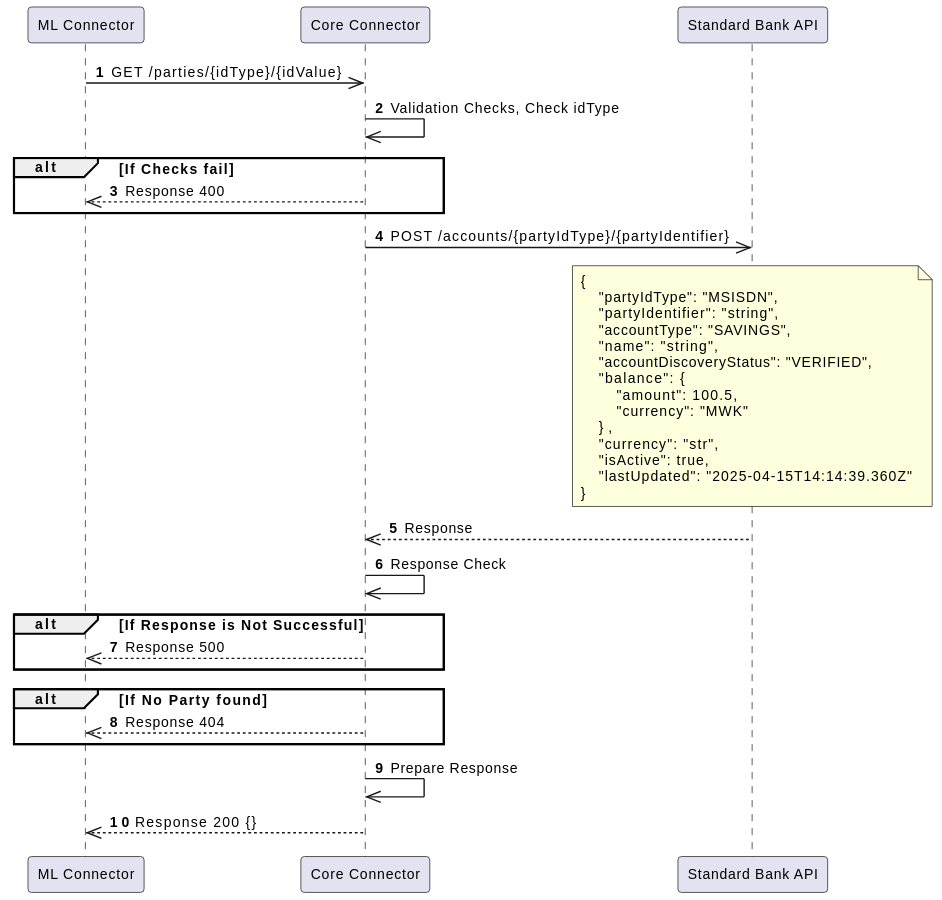
Above: standard-bank-mw-core-connector/docs/payee/images/payee-get-parties.svg in mojaloop/ml-reference-connectors (PlantUML), before the change.
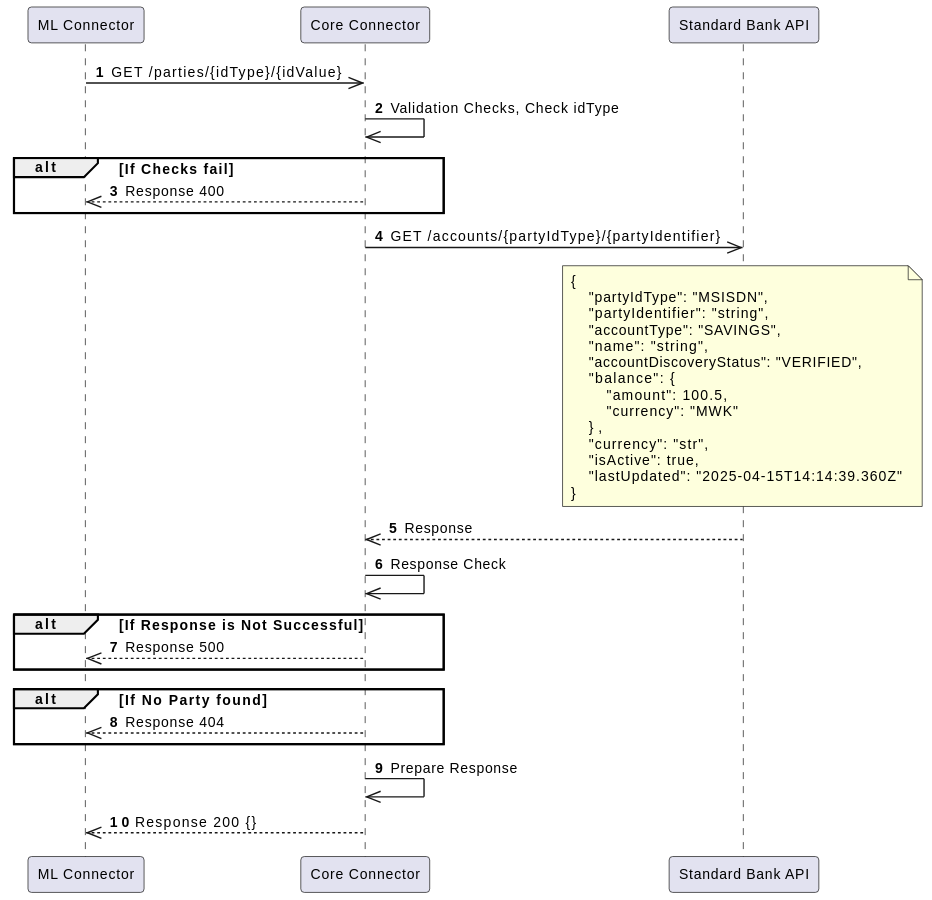
The same diagram one commit later.

Diff of the diagram source:
```diff
@@ -14,7 +14,7 @@
     CC -->> ML: Response 400
 end
 
-CC ->> SBAPI: POST /accounts/{partyIdType}/{partyIdentifier}
+CC ->> SBAPI: GET /accounts/{partyIdType}/{partyIdentifier}
 
 note over SBAPI
 {
```
